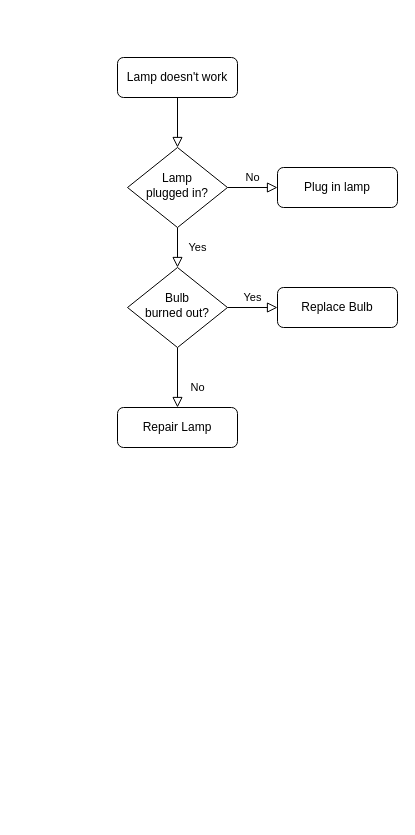
Earlier version of the draw.io diagram Untitled Diagram.drawio (BRUNOMORAIS089/PROGR-C-). Source tidied: cells renumbered, new cells numbered last; positions are measured from the earlier drawing's top-left corner, leaving out a move shared by most shapes. Both pictures are drawn from the tidied source at 100%, with x=0, y=0 at pixel (117, 57).
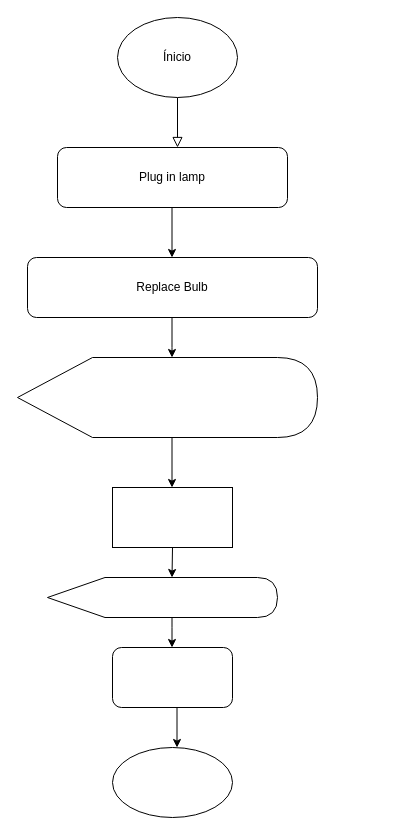
The same diagram, later.

The edit, as a diff of the source:
```diff
@@
-    <mxCell id="2" style="rounded=0;html=1;jettySize=auto;fontSize=11;endArrow=block;endFill=0;endSize=8;strokeWidth=1;shadow=0;labelBackgroundColor=none;edgeStyle=orthogonalEdgeStyle;" parent="1" edge="1" source="3" target="6">
-      <mxGeometry relative="1" as="geometry" />
+    <mxCell id="2" style="rounded=0;html=1;jettySize=auto;orthogonalLoop=1;fontSize=11;endArrow=block;endFill=0;endSize=8;strokeWidth=1;shadow=0;labelBackgroundColor=none;edgeStyle=orthogonalEdgeStyle;" parent="1" edge="1">
+      <mxGeometry relative="1" as="geometry">
+        <mxPoint x="60" y="40" as="sourcePoint" />
+        <mxPoint x="60" y="90" as="targetPoint" />
+      </mxGeometry>
     </mxCell>
-    <mxCell id="3" value="Lamp doesn't work" style="rounded=1;whiteSpace=wrap;html=1;fontSize=12;glass=0;strokeWidth=1;shadow=0;" parent="1" vertex="1">
-      <mxGeometry width="120" height="40" as="geometry" />
-    </mxCell>
-    <mxCell id="4" value="Yes" style="rounded=0;html=1;jettySize=auto;fontSize=11;endArrow=block;endFill=0;endSize=8;strokeWidth=1;shadow=0;labelBackgroundColor=none;edgeStyle=orthogonalEdgeStyle;" parent="1" edge="1" source="6" target="10">
-      <mxGeometry y="20" relative="1" as="geometry" />
-    </mxCell>
-    <mxCell id="5" value="No" style="edgeStyle=orthogonalEdgeStyle;rounded=0;html=1;jettySize=auto;fontSize=11;endArrow=block;endFill=0;endSize=8;strokeWidth=1;shadow=0;labelBackgroundColor=none;" parent="1" edge="1" source="6" target="7">
-      <mxGeometry y="10" relative="1" as="geometry" />
-    </mxCell>
-    <mxCell id="6" value="Lamp&lt;br&gt;plugged in?" style="rhombus;whiteSpace=wrap;html=1;shadow=0;fontFamily=Helvetica;fontSize=12;align=center;strokeWidth=1;spacing=6;spacingTop=-4;" parent="1" vertex="1">
-      <mxGeometry x="10" y="90" width="100" height="80" as="geometry" />
-    </mxCell>
     <mxCell id="7" value="Plug in lamp" style="rounded=1;whiteSpace=wrap;html=1;fontSize=12;glass=0;strokeWidth=1;shadow=0;" parent="1" vertex="1">
-      <mxGeometry x="160" y="110" width="120" height="40" as="geometry" />
+      <mxGeometry x="-60" y="90" width="230" height="60" as="geometry" />
     </mxCell>
-    <mxCell id="8" value="No" style="rounded=0;html=1;jettySize=auto;fontSize=11;endArrow=block;endFill=0;endSize=8;strokeWidth=1;shadow=0;labelBackgroundColor=none;edgeStyle=orthogonalEdgeStyle;" parent="1" edge="1" source="10" target="11">
-      <mxGeometry x="0.33" y="20" relative="1" as="geometry" />
-    </mxCell>
-    <mxCell id="9" value="Yes" style="edgeStyle=orthogonalEdgeStyle;rounded=0;html=1;jettySize=auto;fontSize=11;endArrow=block;endFill=0;endSize=8;strokeWidth=1;shadow=0;labelBackgroundColor=none;" parent="1" edge="1" source="10" target="12">
-      <mxGeometry y="10" relative="1" as="geometry" />
-    </mxCell>
-    <mxCell id="10" value="Bulb&lt;br&gt;burned out?" style="rhombus;whiteSpace=wrap;html=1;shadow=0;fontFamily=Helvetica;fontSize=12;align=center;strokeWidth=1;spacing=6;spacingTop=-4;" parent="1" vertex="1">
-      <mxGeometry x="10" y="210" width="100" height="80" as="geometry" />
-    </mxCell>
-    <mxCell id="11" value="Repair Lamp" style="rounded=1;whiteSpace=wrap;html=1;fontSize=12;glass=0;strokeWidth=1;shadow=0;" parent="1" vertex="1">
-      <mxGeometry y="350" width="120" height="40" as="geometry" />
-    </mxCell>
     <mxCell id="12" value="Replace Bulb" style="rounded=1;whiteSpace=wrap;html=1;fontSize=12;glass=0;strokeWidth=1;shadow=0;" parent="1" vertex="1">
-      <mxGeometry x="160" y="230" width="120" height="40" as="geometry" />
+      <mxGeometry x="-90" y="200" width="290" height="60" as="geometry" />
     </mxCell>
+    <mxCell id="13" value="Ínicio" style="ellipse;whiteSpace=wrap;html=1;" parent="1" vertex="1">
+      <mxGeometry y="-40" width="120" height="80" as="geometry" />
+    </mxCell>
+    <mxCell id="14" style="endArrow=classic;html=1;rounded=0;" parent="1" edge="1">
+      <mxGeometry relative="1" as="geometry">
+        <mxPoint x="54.5" y="150" as="sourcePoint" />
+        <mxPoint x="54.5" y="200" as="targetPoint" />
+      </mxGeometry>
+    </mxCell>
+    <mxCell id="15" style="shape=display;whiteSpace=wrap;html=1;" parent="1" vertex="1">
+      <mxGeometry x="-100" y="300" width="300" height="80" as="geometry" />
+    </mxCell>
+    <mxCell id="16" style="endArrow=classic;html=1;rounded=0;" parent="1" edge="1">
+      <mxGeometry relative="1" as="geometry">
+        <mxPoint x="54.5" y="260" as="sourcePoint" />
+        <mxPoint x="54.5" y="300" as="targetPoint" />
+        <Array as="points">
+          <mxPoint x="54.5" y="290" />
+        </Array>
+      </mxGeometry>
+    </mxCell>
+    <mxCell id="17" style="endArrow=classic;html=1;rounded=0;" parent="1" edge="1">
+      <mxGeometry relative="1" as="geometry">
+        <mxPoint x="54.5" y="380" as="sourcePoint" />
+        <mxPoint x="54.5" y="430" as="targetPoint" />
+      </mxGeometry>
+    </mxCell>
+    <mxCell id="18" style="rounded=0;whiteSpace=wrap;html=1;" parent="1" vertex="1">
+      <mxGeometry x="-5" y="430" width="120" height="60" as="geometry" />
+    </mxCell>
+    <mxCell id="19" style="shape=display;whiteSpace=wrap;html=1;" parent="1" vertex="1">
+      <mxGeometry x="-70" y="520" width="230" height="40" as="geometry" />
+    </mxCell>
+    <mxCell id="20" style="endArrow=classic;html=1;rounded=0;exitX=0.5;exitY=1;exitDx=0;exitDy=0;" parent="1" edge="1" source="18">
+      <mxGeometry relative="1" as="geometry">
+        <mxPoint x="54.5" y="520" as="targetPoint" />
+      </mxGeometry>
+    </mxCell>
+    <mxCell id="21" style="rounded=1;whiteSpace=wrap;html=1;" parent="1" vertex="1">
+      <mxGeometry x="-5" y="590" width="120" height="60" as="geometry" />
+    </mxCell>
+    <mxCell id="22" style="ellipse;whiteSpace=wrap;html=1;" parent="1" vertex="1">
+      <mxGeometry x="-5" y="690" width="120" height="70" as="geometry" />
+    </mxCell>
+    <mxCell id="23" style="endArrow=classic;html=1;rounded=0;" parent="1" edge="1">
+      <mxGeometry relative="1" as="geometry">
+        <mxPoint x="59.5" y="650" as="sourcePoint" />
+        <mxPoint x="59.5" y="690" as="targetPoint" />
+      </mxGeometry>
+    </mxCell>
+    <mxCell id="24" style="endArrow=classic;html=1;rounded=0;" parent="1" edge="1">
+      <mxGeometry relative="1" as="geometry">
+        <mxPoint x="54.5" y="560" as="sourcePoint" />
+        <mxPoint x="54.5" y="590" as="targetPoint" />
+        <Array as="points">
+          <mxPoint x="54.5" y="560" />
+          <mxPoint x="54.5" y="570" />
+        </Array>
+      </mxGeometry>
+    </mxCell>
```
